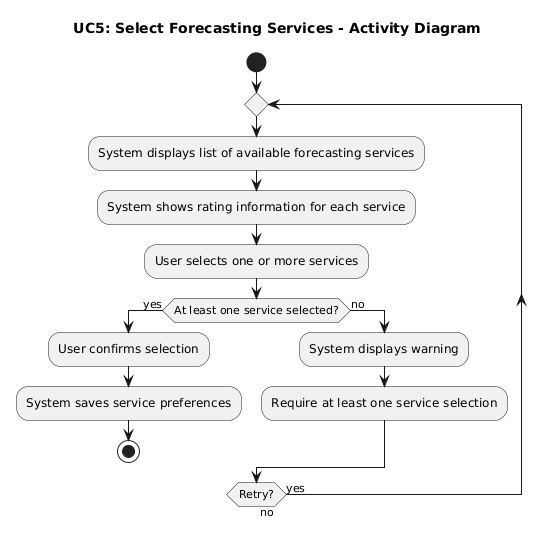
This is requirements/activity_diagrams/UC5_Select_Forecasting_Services.png from ManosMorf97/Weather-Forecasts-AI-Remastered, a PlantUML export, as it was before one commit. The source it was exported from:
```plantuml
@startuml
title UC5: Select Forecasting Services - Activity Diagram

start
repeat
  :System displays list of available forecasting services;
  :System shows rating information for each service;
  :User selects one or more services;

  if (At least one service selected?) then (yes)
    :User confirms selection;
    :System saves service preferences;
    stop
  else (no)
    :System displays warning;
    :Require at least one service selection;
  endif
repeat while (Retry?) is (yes) not (no)
@enduml
```
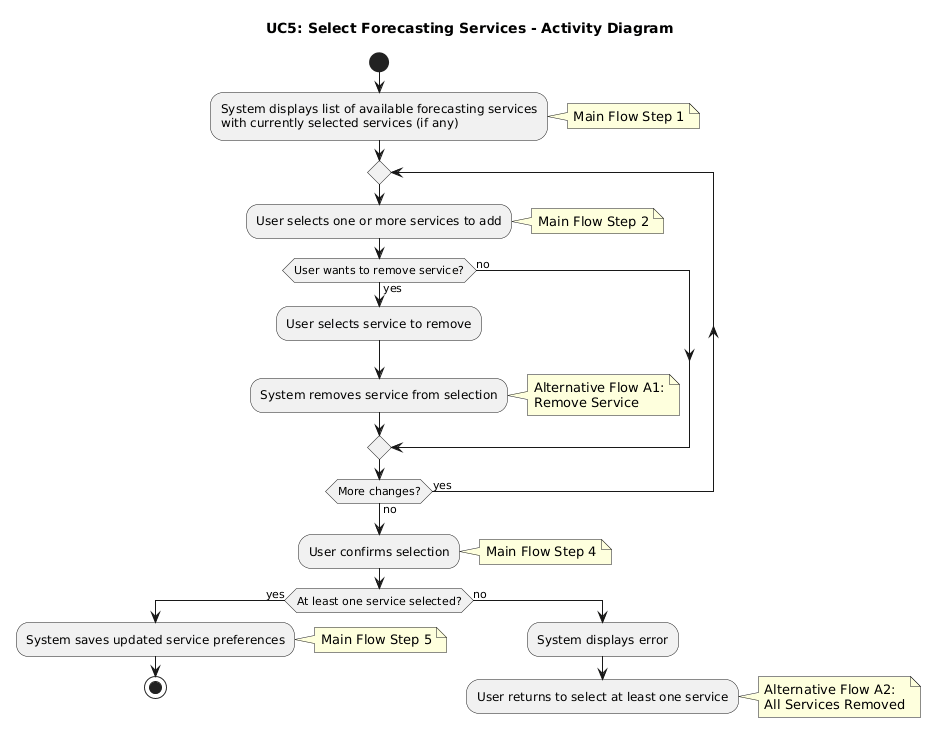
The same diagram one commit later.

Diff of the diagram source:
```diff
@@ -2,18 +2,48 @@
 title UC5: Select Forecasting Services - Activity Diagram
 
 start
+:System displays list of available forecasting services
+with currently selected services (if any);
+note right
+  Main Flow Step 1
+end note
+
 repeat
-  :System displays list of available forecasting services;
-  :System shows rating information for each service;
-  :User selects one or more services;
+  :User selects one or more services to add;
+  note right
+    Main Flow Step 2
+  end note
 
-  if (At least one service selected?) then (yes)
-    :User confirms selection;
-    :System saves service preferences;
-    stop
+  if (User wants to remove service?) then (yes)
+    :User selects service to remove;
+    :System removes service from selection;
+    note right
+      Alternative Flow A1:
+      Remove Service
+    end note
   else (no)
-    :System displays warning;
-    :Require at least one service selection;
   endif
-repeat while (Retry?) is (yes) not (no)
+
+repeat while (More changes?) is (yes) not (no)
+
+:User confirms selection;
+note right
+  Main Flow Step 4
+end note
+
+if (At least one service selected?) then (yes)
+  :System saves updated service preferences;
+  note right
+    Main Flow Step 5
+  end note
+  stop
+else (no)
+  :System displays error;
+  :User returns to select at least one service;
+  note right
+    Alternative Flow A2:
+    All Services Removed
+  end note
+  detach
+endif
 @enduml
```
